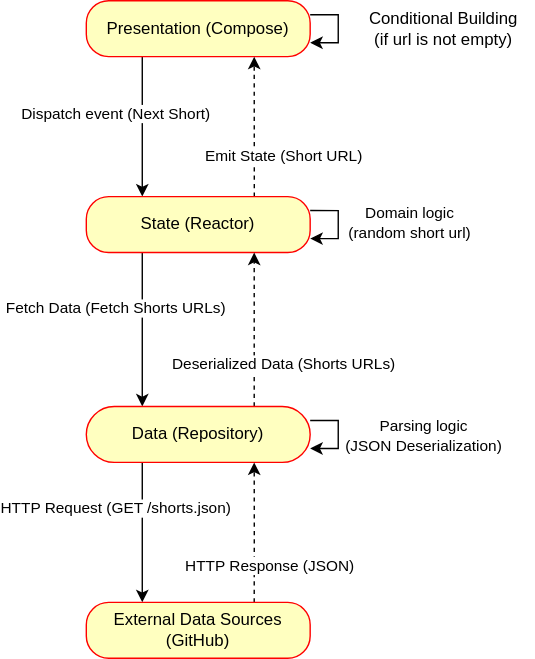
Above: art/architecture-layers.svg in freitzzz/simpsons-shorts (draw.io), before the change. Source tidied: cells renumbered, new cells last; positions are measured from the earlier drawing's top-left corner, leaving out a move shared by most shapes. Source of this version:
```xml
<mxGraphModel>
  <root>
    <mxCell id="0" />
    <mxCell id="1" parent="0" />
    <mxCell id="2" style="edgeStyle=orthogonalEdgeStyle;rounded=0;jettySize=auto;html=1;exitX=0.25;exitY=1;exitDx=0;exitDy=0;entryX=0.25;entryY=0;entryDx=0;entryDy=0;" parent="1" edge="1" source="5" target="12">
      <mxGeometry relative="1" as="geometry" />
    </mxCell>
    <mxCell id="3" value="Dispatch event (Next Short)" style="edgeLabel;html=1;align=center;verticalAlign=middle;" parent="2" vertex="1">
      <mxGeometry x="-0.16" y="3" relative="1" as="geometry">
        <mxPoint x="-23" y="-2" as="offset" />
      </mxGeometry>
    </mxCell>
    <mxCell id="4" style="edgeStyle=orthogonalEdgeStyle;rounded=0;orthogonalLoop=1;jettySize=auto;html=1;exitX=1;exitY=0.25;exitDx=0;exitDy=0;entryX=1;entryY=0.75;entryDx=0;entryDy=0;" parent="1" edge="1" source="5" target="5">
      <mxGeometry relative="1" as="geometry">
        <Array as="points">
          <mxPoint x="180" y="10" />
          <mxPoint x="180" y="30" />
        </Array>
      </mxGeometry>
    </mxCell>
    <mxCell id="5" value="Presentation (Compose)" style="rounded=1;whiteSpace=wrap;html=1;arcSize=40;fontColor=#000000;fillColor=#ffffc0;strokeColor=#ff0000;" parent="1" vertex="1">
      <mxGeometry width="160" height="40" as="geometry" />
    </mxCell>
    <mxCell id="6" style="edgeStyle=orthogonalEdgeStyle;rounded=0;jettySize=auto;html=1;entryX=0.75;entryY=1;entryDx=0;entryDy=0;dashed=1;" parent="1" edge="1" source="12" target="5">
      <mxGeometry relative="1" as="geometry">
        <Array as="points">
          <mxPoint x="120" y="120" />
          <mxPoint x="120" y="120" />
        </Array>
      </mxGeometry>
    </mxCell>
    <mxCell id="7" value="Emit State (Short URL)" style="edgeLabel;html=1;align=center;verticalAlign=middle;" parent="6" vertex="1">
      <mxGeometry x="-0.26" y="-2" relative="1" as="geometry">
        <mxPoint x="18" y="7" as="offset" />
      </mxGeometry>
    </mxCell>
    <mxCell id="8" style="edgeStyle=orthogonalEdgeStyle;rounded=0;jettySize=auto;html=1;exitX=0.25;exitY=1;exitDx=0;exitDy=0;entryX=0.25;entryY=0;entryDx=0;entryDy=0;" parent="1" edge="1" source="12" target="19">
      <mxGeometry relative="1" as="geometry" />
    </mxCell>
    <mxCell id="9" value="Fetch Data (Fetch Shorts URLs)" style="edgeLabel;html=1;align=center;verticalAlign=middle;" parent="8" vertex="1">
      <mxGeometry x="-0.19" y="1" relative="1" as="geometry">
        <mxPoint x="-21" y="-5" as="offset" />
      </mxGeometry>
    </mxCell>
    <mxCell id="10" style="edgeStyle=orthogonalEdgeStyle;rounded=0;orthogonalLoop=1;jettySize=auto;html=1;exitX=1;exitY=0.25;exitDx=0;exitDy=0;entryX=1;entryY=0.75;entryDx=0;entryDy=0;" parent="1" edge="1" source="12" target="12">
      <mxGeometry relative="1" as="geometry">
        <Array as="points">
          <mxPoint x="180" y="150" />
          <mxPoint x="180" y="170" />
        </Array>
      </mxGeometry>
    </mxCell>
    <mxCell id="11" value="Domain logic &lt;br&gt;(random short url)" style="edgeLabel;html=1;align=center;verticalAlign=middle;" parent="10" vertex="1">
      <mxGeometry x="0.03" y="2" relative="1" as="geometry">
        <mxPoint x="48" y="-2" as="offset" />
      </mxGeometry>
    </mxCell>
    <mxCell id="12" value="State&amp;nbsp;(Reactor)" style="rounded=1;whiteSpace=wrap;html=1;arcSize=40;fontColor=#000000;fillColor=#ffffc0;strokeColor=#ff0000;" parent="1" vertex="1">
      <mxGeometry y="140" width="160" height="40" as="geometry" />
    </mxCell>
    <mxCell id="13" style="edgeStyle=orthogonalEdgeStyle;rounded=0;jettySize=auto;html=1;exitX=0.75;exitY=0;exitDx=0;exitDy=0;entryX=0.75;entryY=1;entryDx=0;entryDy=0;dashed=1;" parent="1" edge="1" source="19" target="12">
      <mxGeometry relative="1" as="geometry" />
    </mxCell>
    <mxCell id="14" value="Deserialized Data (Shorts URLs)" style="edgeLabel;html=1;align=center;verticalAlign=middle;" parent="13" vertex="1">
      <mxGeometry x="-0.49" y="1" relative="1" as="geometry">
        <mxPoint x="21" y="-2" as="offset" />
      </mxGeometry>
    </mxCell>
    <mxCell id="15" style="edgeStyle=orthogonalEdgeStyle;rounded=0;jettySize=auto;html=1;exitX=0.25;exitY=1;exitDx=0;exitDy=0;entryX=0.25;entryY=0;entryDx=0;entryDy=0;" parent="1" edge="1" source="19" target="22">
      <mxGeometry relative="1" as="geometry" />
    </mxCell>
    <mxCell id="16" value="HTTP Request (GET /shorts.json)" style="edgeLabel;html=1;align=center;verticalAlign=middle;" parent="15" vertex="1">
      <mxGeometry x="-0.38" y="-1" relative="1" as="geometry">
        <mxPoint x="-19" y="2" as="offset" />
      </mxGeometry>
    </mxCell>
    <mxCell id="17" style="edgeStyle=orthogonalEdgeStyle;rounded=0;orthogonalLoop=1;jettySize=auto;html=1;exitX=1;exitY=0.25;exitDx=0;exitDy=0;entryX=1;entryY=0.75;entryDx=0;entryDy=0;" parent="1" edge="1" source="19" target="19">
      <mxGeometry relative="1" as="geometry">
        <Array as="points">
          <mxPoint x="180" y="300" />
          <mxPoint x="180" y="320" />
        </Array>
      </mxGeometry>
    </mxCell>
    <mxCell id="18" value="Parsing logic&lt;br&gt;(JSON Deserialization)" style="edgeLabel;html=1;align=center;verticalAlign=middle;" parent="17" vertex="1">
      <mxGeometry x="0.05" y="-1" relative="1" as="geometry">
        <mxPoint x="61" y="-1" as="offset" />
      </mxGeometry>
    </mxCell>
    <mxCell id="19" value="Data (Repository)" style="rounded=1;whiteSpace=wrap;html=1;arcSize=50;fontColor=#000000;fillColor=#ffffc0;strokeColor=#ff0000;" parent="1" vertex="1">
      <mxGeometry y="290" width="160" height="40" as="geometry" />
    </mxCell>
    <mxCell id="20" style="edgeStyle=orthogonalEdgeStyle;rounded=0;jettySize=auto;html=1;exitX=0.75;exitY=0;exitDx=0;exitDy=0;entryX=0.75;entryY=1;entryDx=0;entryDy=0;dashed=1;" parent="1" edge="1" source="22" target="19">
      <mxGeometry relative="1" as="geometry">
        <Array as="points">
          <mxPoint x="120" y="380" />
          <mxPoint x="120" y="380" />
        </Array>
      </mxGeometry>
    </mxCell>
    <mxCell id="21" value="HTTP Response (JSON)" style="edgeLabel;html=1;align=center;verticalAlign=middle;" parent="20" vertex="1">
      <mxGeometry x="-0.45" y="-1" relative="1" as="geometry">
        <mxPoint x="9" as="offset" />
      </mxGeometry>
    </mxCell>
    <mxCell id="22" value="External Data Sources (GitHub)" style="rounded=1;whiteSpace=wrap;html=1;arcSize=40;fontColor=#000000;fillColor=#ffffc0;strokeColor=#ff0000;" parent="1" vertex="1">
      <mxGeometry y="430" width="160" height="40" as="geometry" />
    </mxCell>
    <mxCell id="23" value="Conditional Building&lt;br&gt;(if url is not empty)" style="text;html=1;align=center;verticalAlign=middle;strokeColor=none;fillColor=none;" parent="1" vertex="1">
      <mxGeometry x="190" width="130" height="40" as="geometry" />
    </mxCell>
  </root>
</mxGraphModel>
```
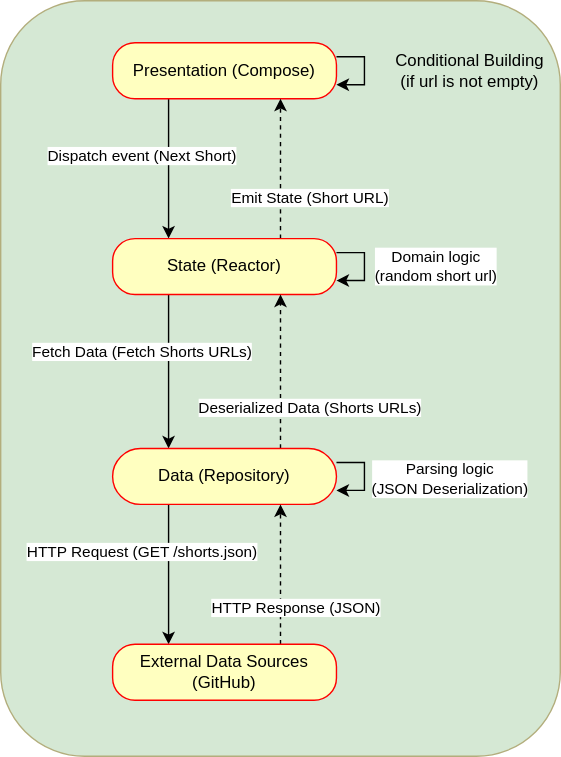
Above is the later version.

Commit message:
style: set background in application layers diagram to increase dx

Change to the diagram source:
```diff
@@ -2,6 +2,9 @@
   <root>
     <mxCell id="0" />
     <mxCell id="1" parent="0" />
+    <mxCell id="24" style="rounded=1;whiteSpace=wrap;html=1;fillColor=#d5e8d4;strokeColor=#B3AE7D;" parent="1" vertex="1">
+      <mxGeometry x="-80" y="-30" width="400" height="540" as="geometry" />
+    </mxCell>
     <mxCell id="2" style="edgeStyle=orthogonalEdgeStyle;rounded=0;jettySize=auto;html=1;exitX=0.25;exitY=1;exitDx=0;exitDy=0;entryX=0.25;entryY=0;entryDx=0;entryDy=0;" parent="1" edge="1" source="5" target="12">
       <mxGeometry relative="1" as="geometry" />
     </mxCell>
```
